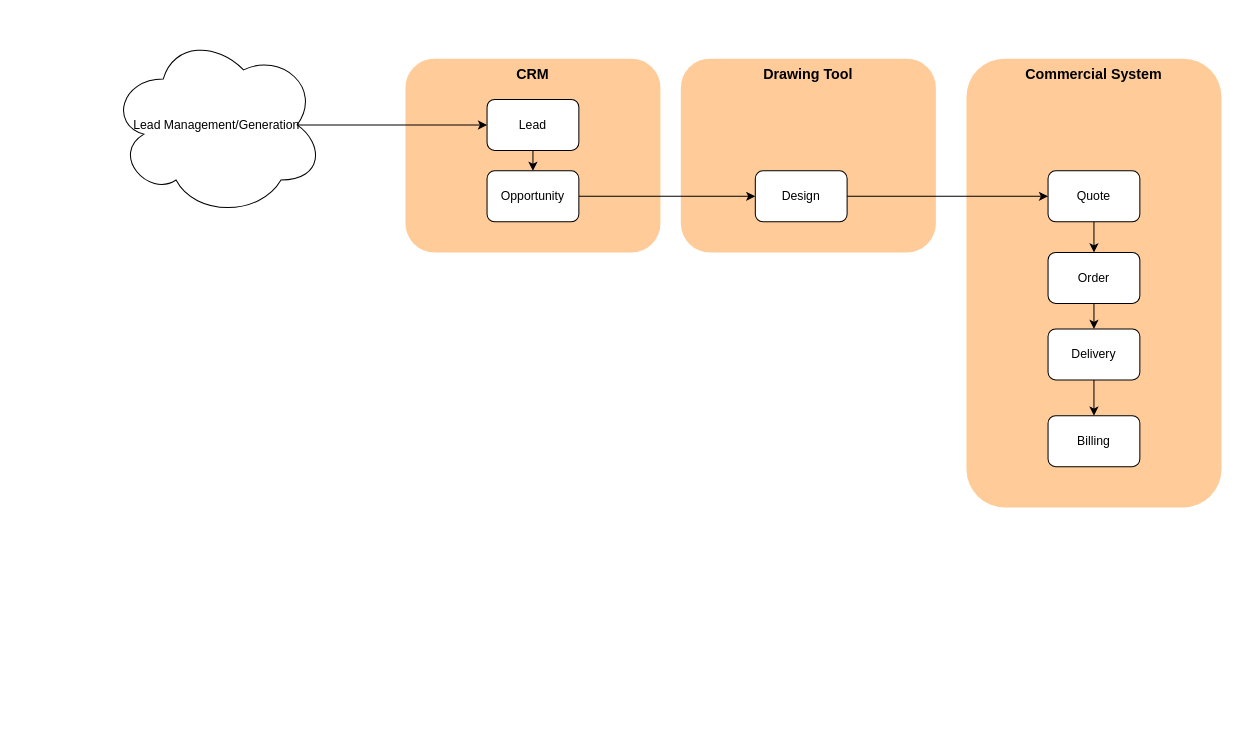
Earlier version of the draw.io diagram page "Reality" (2 of 3) of CRM Model.drawio (mrf742002/Diagrams). Source tidied: cells renumbered, new cells numbered last; positions are measured from the earlier drawing's top-left corner, leaving out a move shared by most shapes. Both pictures are drawn from the tidied source at 102%, with x=0, y=0 at pixel (109, 33).
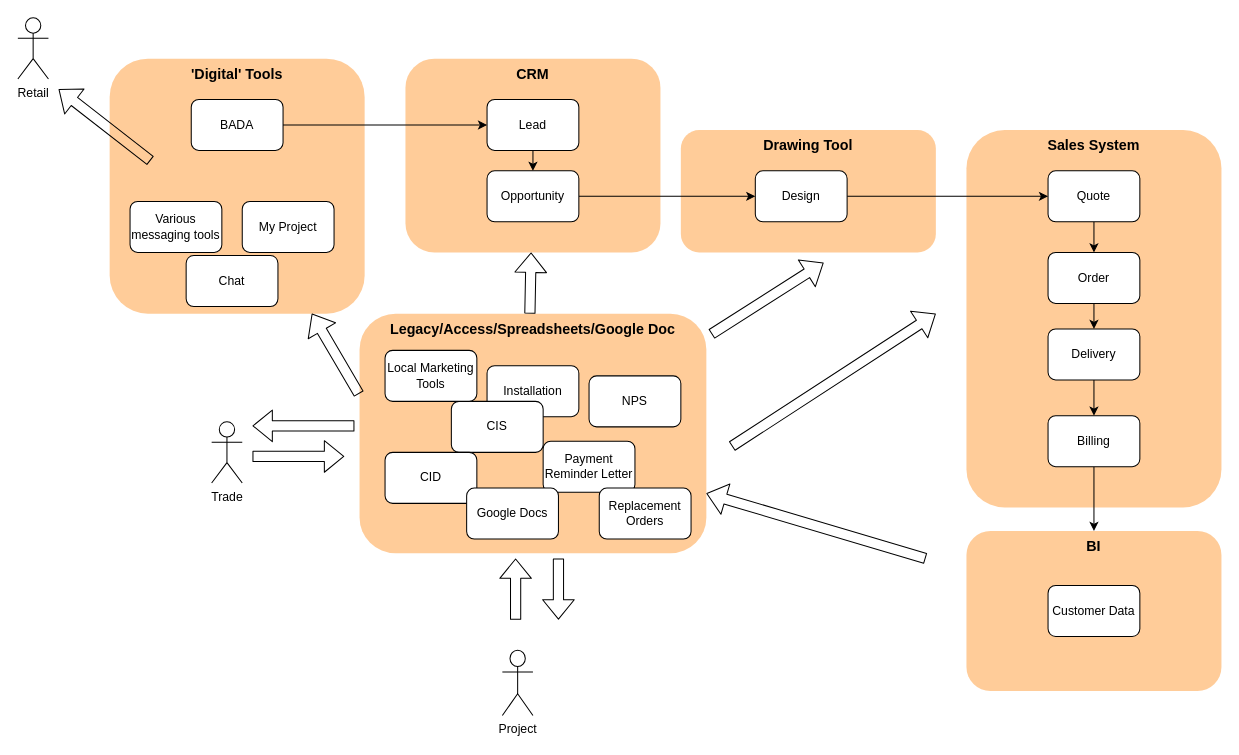
Above is the later version.

The change refers to these unchanged cells:
```xml
<mxCell id="3" value="&lt;font style=&quot;font-size: 14px&quot;&gt;CRM&lt;/font&gt;" style="rounded=1;whiteSpace=wrap;html=1;fillColor=#ffcc99;strokeColor=none;verticalAlign=top;fontStyle=1;" parent="1" vertex="1">
  <mxGeometry x="290" y="25" width="250" height="190" as="geometry" />
</mxCell>
<mxCell id="6" value="Lead" style="rounded=1;whiteSpace=wrap;html=1;" parent="1" vertex="1">
  <mxGeometry x="370" y="65" width="90" height="50" as="geometry" />
</mxCell>
<mxCell id="17" value="Billing" style="rounded=1;whiteSpace=wrap;html=1;" parent="1" vertex="1">
  <mxGeometry x="920" y="375" width="90" height="50" as="geometry" />
</mxCell>
```

What changed in the source:
```diff
@@
     <mxCell id="2" value="&lt;font style=&quot;font-size: 14px&quot;&gt;Drawing Tool&lt;/font&gt;" style="rounded=1;whiteSpace=wrap;html=1;fillColor=#ffcc99;strokeColor=none;verticalAlign=top;fontStyle=1;" parent="1" vertex="1">
-      <mxGeometry x="560" y="25" width="250" height="190" as="geometry" />
+      <mxGeometry x="560" y="95" width="250" height="120" as="geometry" />
     </mxCell>
@@
-    <mxCell id="4" value="&lt;font style=&quot;font-size: 14px&quot;&gt;Commercial System&lt;/font&gt;" style="rounded=1;whiteSpace=wrap;html=1;fillColor=#ffcc99;strokeColor=none;verticalAlign=top;fontStyle=1;" parent="1" vertex="1">
-      <mxGeometry x="840" y="25" width="250" height="440" as="geometry" />
+    <mxCell id="4" value="&lt;font style=&quot;font-size: 14px&quot;&gt;Sales System&lt;/font&gt;" style="rounded=1;whiteSpace=wrap;html=1;fillColor=#ffcc99;strokeColor=none;verticalAlign=top;fontStyle=1;" parent="1" vertex="1">
+      <mxGeometry x="840" y="95" width="250" height="370" as="geometry" />
     </mxCell>
@@
-    <mxCell id="11" style="edgeStyle=orthogonalEdgeStyle;rounded=0;jettySize=auto;html=1;exitX=0.875;exitY=0.5;exitDx=0;exitDy=0;exitPerimeter=0;" parent="1" edge="1" source="12" target="6">
-      <mxGeometry relative="1" as="geometry" />
-    </mxCell>
-    <mxCell id="12" value="Lead Management/Generation" style="ellipse;shape=cloud;whiteSpace=wrap;html=1;" parent="1" vertex="1">
-      <mxGeometry width="210" height="180" as="geometry" />
-    </mxCell>
@@
+    <mxCell id="20" style="edgeStyle=orthogonalEdgeStyle;rounded=0;jettySize=auto;html=1;exitX=0.5;exitY=1;exitDx=0;exitDy=0;entryX=0.5;entryY=0;entryDx=0;entryDy=0;" parent="1" edge="1" source="17" target="45">
+      <mxGeometry relative="1" as="geometry" />
+    </mxCell>
@@
+    <mxCell id="21" value="&lt;font style=&quot;font-size: 14px&quot;&gt;Legacy/Access/Spreadsheets/Google Doc&lt;/font&gt;" style="rounded=1;whiteSpace=wrap;html=1;fillColor=#ffcc99;strokeColor=none;verticalAlign=top;fontStyle=1;" parent="1" vertex="1">
+      <mxGeometry x="245" y="275" width="340" height="235" as="geometry" />
+    </mxCell>
+    <mxCell id="22" value="Installation" style="rounded=1;whiteSpace=wrap;html=1;" parent="1" vertex="1">
+      <mxGeometry x="370" y="326" width="90" height="50" as="geometry" />
+    </mxCell>
+    <mxCell id="23" value="NPS" style="rounded=1;whiteSpace=wrap;html=1;" parent="1" vertex="1">
+      <mxGeometry x="470" y="336" width="90" height="50" as="geometry" />
+    </mxCell>
+    <mxCell id="24" value="Payment Reminder Letter" style="rounded=1;whiteSpace=wrap;html=1;" parent="1" vertex="1">
+      <mxGeometry x="425" y="400" width="90" height="50" as="geometry" />
+    </mxCell>
+    <mxCell id="25" value="CIS" style="rounded=1;whiteSpace=wrap;html=1;" parent="1" vertex="1">
+      <mxGeometry x="335" y="361" width="90" height="50" as="geometry" />
+    </mxCell>
+    <mxCell id="26" value="CID" style="rounded=1;whiteSpace=wrap;html=1;" parent="1" vertex="1">
+      <mxGeometry x="270" y="411" width="90" height="50" as="geometry" />
+    </mxCell>
+    <mxCell id="27" value="Google Docs" style="rounded=1;whiteSpace=wrap;html=1;" parent="1" vertex="1">
+      <mxGeometry x="350" y="446" width="90" height="50" as="geometry" />
+    </mxCell>
+    <mxCell id="28" value="Replacement Orders" style="rounded=1;whiteSpace=wrap;html=1;" parent="1" vertex="1">
+      <mxGeometry x="480" y="446" width="90" height="50" as="geometry" />
+    </mxCell>
+    <mxCell id="29" style="shape=flexArrow;endArrow=classic;html=1;" parent="1" edge="1" target="3">
+      <mxGeometry relative="1" as="geometry">
+        <mxPoint x="412" y="275" as="sourcePoint" />
+      </mxGeometry>
+    </mxCell>
+    <mxCell id="30" style="shape=flexArrow;endArrow=classic;html=1;" parent="1" edge="1">
+      <mxGeometry relative="1" as="geometry">
+        <mxPoint x="590" y="295" as="sourcePoint" />
+        <mxPoint x="700" y="225" as="targetPoint" />
+      </mxGeometry>
+    </mxCell>
+    <mxCell id="31" style="shape=flexArrow;endArrow=classic;html=1;" parent="1" edge="1">
+      <mxGeometry relative="1" as="geometry">
+        <mxPoint x="610" y="405" as="sourcePoint" />
+        <mxPoint x="810" y="275" as="targetPoint" />
+      </mxGeometry>
+    </mxCell>
+    <mxCell id="32" value="Trade" style="shape=umlActor;verticalLabelPosition=bottom;labelBackgroundColor=#ffffff;verticalAlign=top;html=1;" parent="1" vertex="1">
+      <mxGeometry x="100" y="381" width="30" height="60" as="geometry" />
+    </mxCell>
+    <mxCell id="33" value="Project" style="shape=umlActor;verticalLabelPosition=bottom;labelBackgroundColor=#ffffff;verticalAlign=top;html=1;" parent="1" vertex="1">
+      <mxGeometry x="385" y="605" width="30" height="64" as="geometry" />
+    </mxCell>
+    <mxCell id="34" value="Retail" style="shape=umlActor;verticalLabelPosition=bottom;labelBackgroundColor=#ffffff;verticalAlign=top;html=1;" parent="1" vertex="1">
+      <mxGeometry x="-90" y="-15" width="30" height="60" as="geometry" />
+    </mxCell>
+    <mxCell id="35" style="shape=flexArrow;endArrow=classic;html=1;" parent="1" edge="1">
+      <mxGeometry relative="1" as="geometry">
+        <mxPoint x="140" y="415" as="sourcePoint" />
+        <mxPoint x="230" y="415" as="targetPoint" />
+      </mxGeometry>
+    </mxCell>
+    <mxCell id="36" style="shape=flexArrow;endArrow=classic;html=1;" parent="1" edge="1">
+      <mxGeometry relative="1" as="geometry">
+        <mxPoint x="398" y="575" as="sourcePoint" />
+        <mxPoint x="398" y="515" as="targetPoint" />
+      </mxGeometry>
+    </mxCell>
+    <mxCell id="37" style="shape=flexArrow;endArrow=classic;html=1;" parent="1" edge="1">
+      <mxGeometry relative="1" as="geometry">
+        <mxPoint x="240" y="385" as="sourcePoint" />
+        <mxPoint x="140" y="385" as="targetPoint" />
+      </mxGeometry>
+    </mxCell>
+    <mxCell id="38" style="shape=flexArrow;endArrow=classic;html=1;" parent="1" edge="1">
+      <mxGeometry relative="1" as="geometry">
+        <mxPoint x="440" y="515" as="sourcePoint" />
+        <mxPoint x="440" y="575" as="targetPoint" />
+      </mxGeometry>
+    </mxCell>
+    <mxCell id="39" value="&lt;span style=&quot;font-size: 14px&quot;&gt;'Digital' Tools&lt;/span&gt;" style="rounded=1;whiteSpace=wrap;html=1;fillColor=#ffcc99;strokeColor=none;verticalAlign=top;fontStyle=1;" parent="1" vertex="1">
+      <mxGeometry y="25" width="250" height="250" as="geometry" />
+    </mxCell>
+    <mxCell id="40" value="Various messaging tools" style="rounded=1;whiteSpace=wrap;html=1;" parent="1" vertex="1">
+      <mxGeometry x="20" y="165" width="90" height="50" as="geometry" />
+    </mxCell>
+    <mxCell id="41" value="My Project" style="rounded=1;whiteSpace=wrap;html=1;" parent="1" vertex="1">
+      <mxGeometry x="130" y="165" width="90" height="50" as="geometry" />
+    </mxCell>
+    <mxCell id="42" value="Local Marketing Tools" style="rounded=1;whiteSpace=wrap;html=1;" parent="1" vertex="1">
+      <mxGeometry x="270" y="311" width="90" height="50" as="geometry" />
+    </mxCell>
+    <mxCell id="43" style="shape=flexArrow;endArrow=classic;html=1;" parent="1" edge="1">
+      <mxGeometry relative="1" as="geometry">
+        <mxPoint x="40" y="125" as="sourcePoint" />
+        <mxPoint x="-50" y="55" as="targetPoint" />
+      </mxGeometry>
+    </mxCell>
+    <mxCell id="44" style="shape=flexArrow;endArrow=classic;html=1;entryX=1;entryY=0.75;entryDx=0;entryDy=0;" parent="1" edge="1" target="21">
+      <mxGeometry relative="1" as="geometry">
+        <mxPoint x="800" y="515" as="sourcePoint" />
+      </mxGeometry>
+    </mxCell>
+    <mxCell id="45" value="&lt;font style=&quot;font-size: 14px&quot;&gt;BI&lt;/font&gt;" style="rounded=1;whiteSpace=wrap;html=1;fillColor=#ffcc99;strokeColor=none;verticalAlign=top;fontStyle=1;" parent="1" vertex="1">
+      <mxGeometry x="840" y="488" width="250" height="157" as="geometry" />
+    </mxCell>
+    <mxCell id="46" value="Chat" style="rounded=1;whiteSpace=wrap;html=1;" parent="1" vertex="1">
+      <mxGeometry x="75" y="218" width="90" height="50" as="geometry" />
+    </mxCell>
+    <mxCell id="47" style="shape=flexArrow;endArrow=classic;html=1;exitX=-0.002;exitY=0.335;exitDx=0;exitDy=0;exitPerimeter=0;" parent="1" edge="1" source="21" target="39">
+      <mxGeometry relative="1" as="geometry" />
+    </mxCell>
+    <mxCell id="48" value="Customer Data" style="rounded=1;whiteSpace=wrap;html=1;" parent="1" vertex="1">
+      <mxGeometry x="920" y="541.5" width="90" height="50" as="geometry" />
+    </mxCell>
+    <mxCell id="49" value="BADA" style="rounded=1;whiteSpace=wrap;html=1;" parent="1" vertex="1">
+      <mxGeometry x="80" y="65" width="90" height="50" as="geometry" />
+    </mxCell>
+    <mxCell id="11" style="edgeStyle=orthogonalEdgeStyle;rounded=0;jettySize=auto;html=1;" parent="1" edge="1" source="49" target="6">
+      <mxGeometry relative="1" as="geometry" />
+    </mxCell>
```
